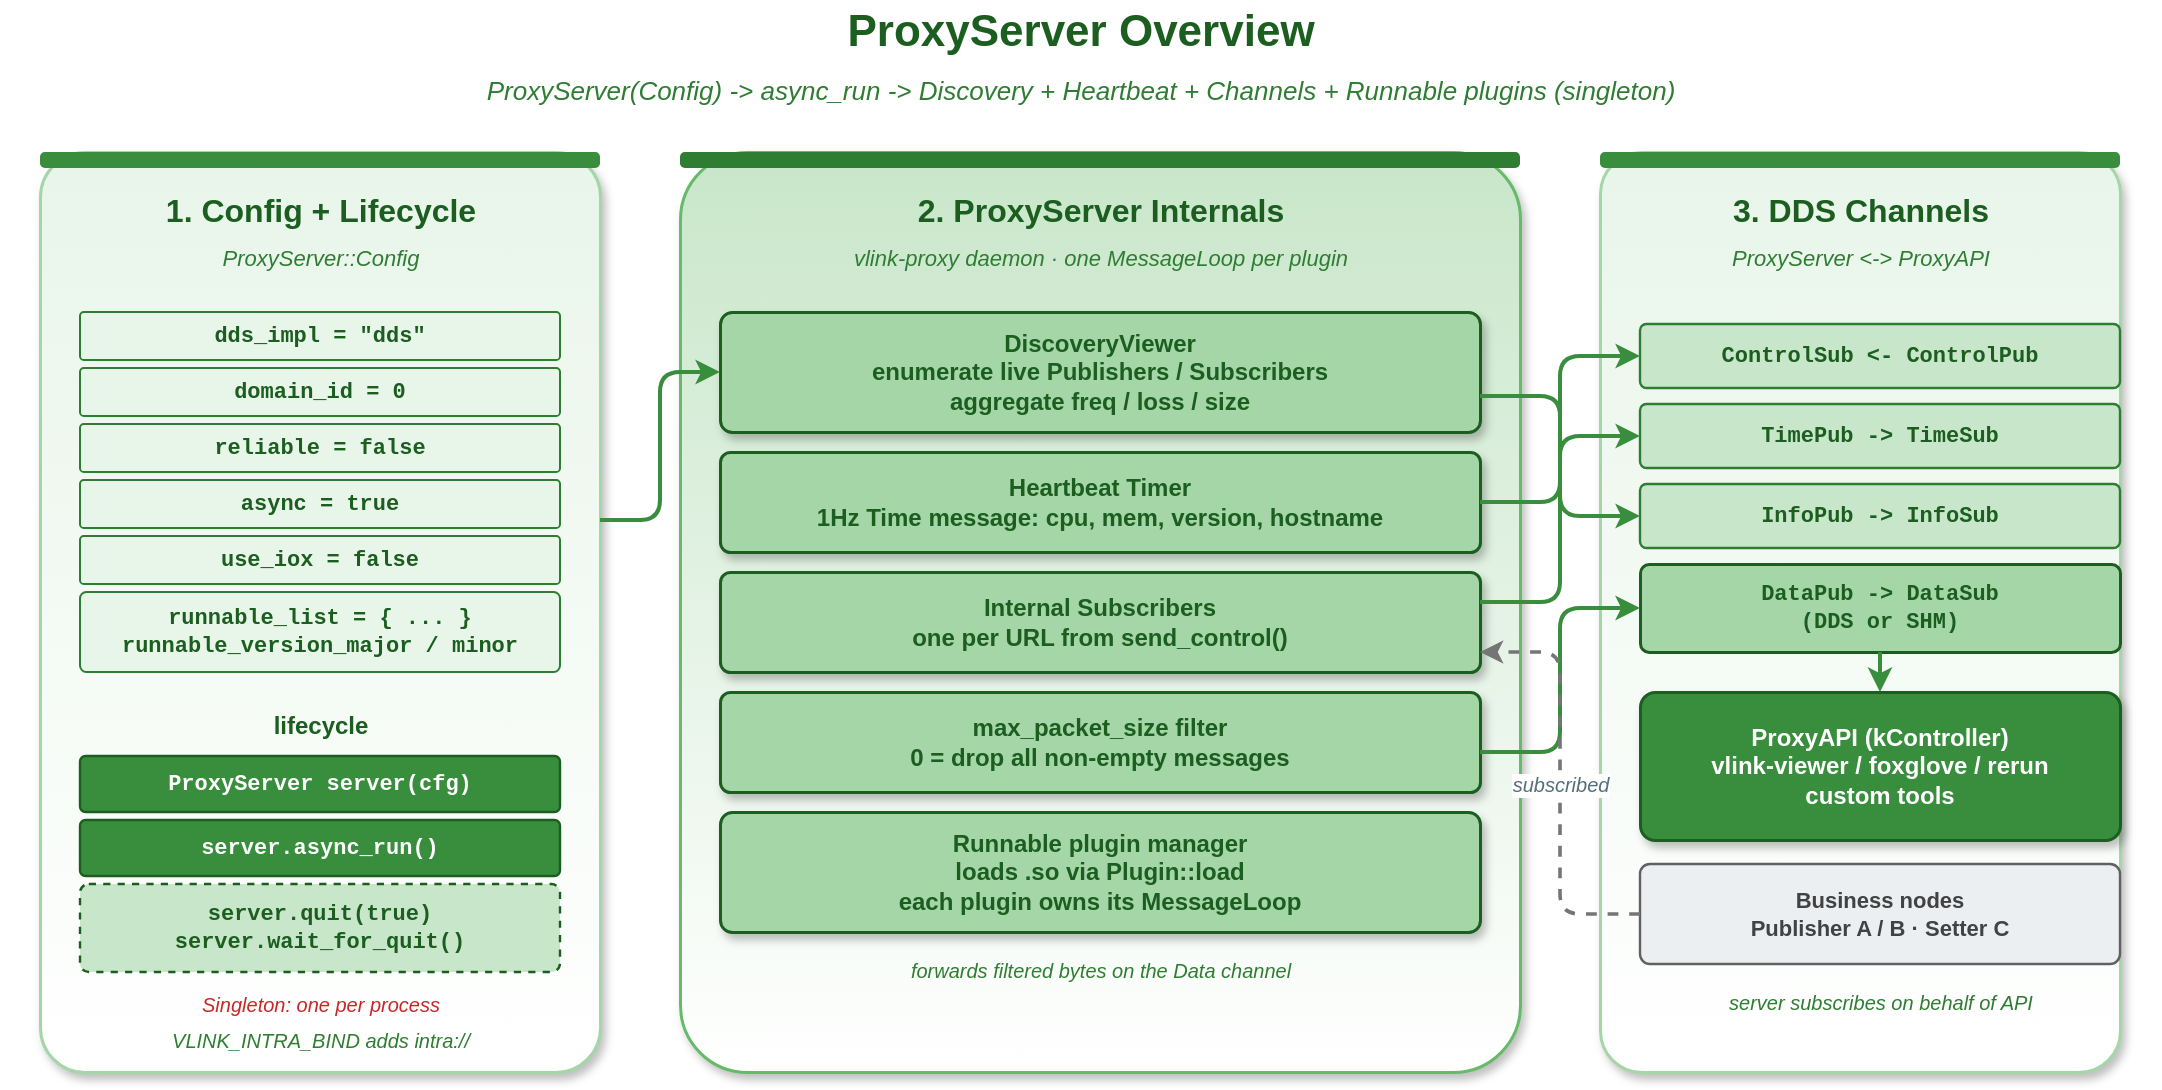
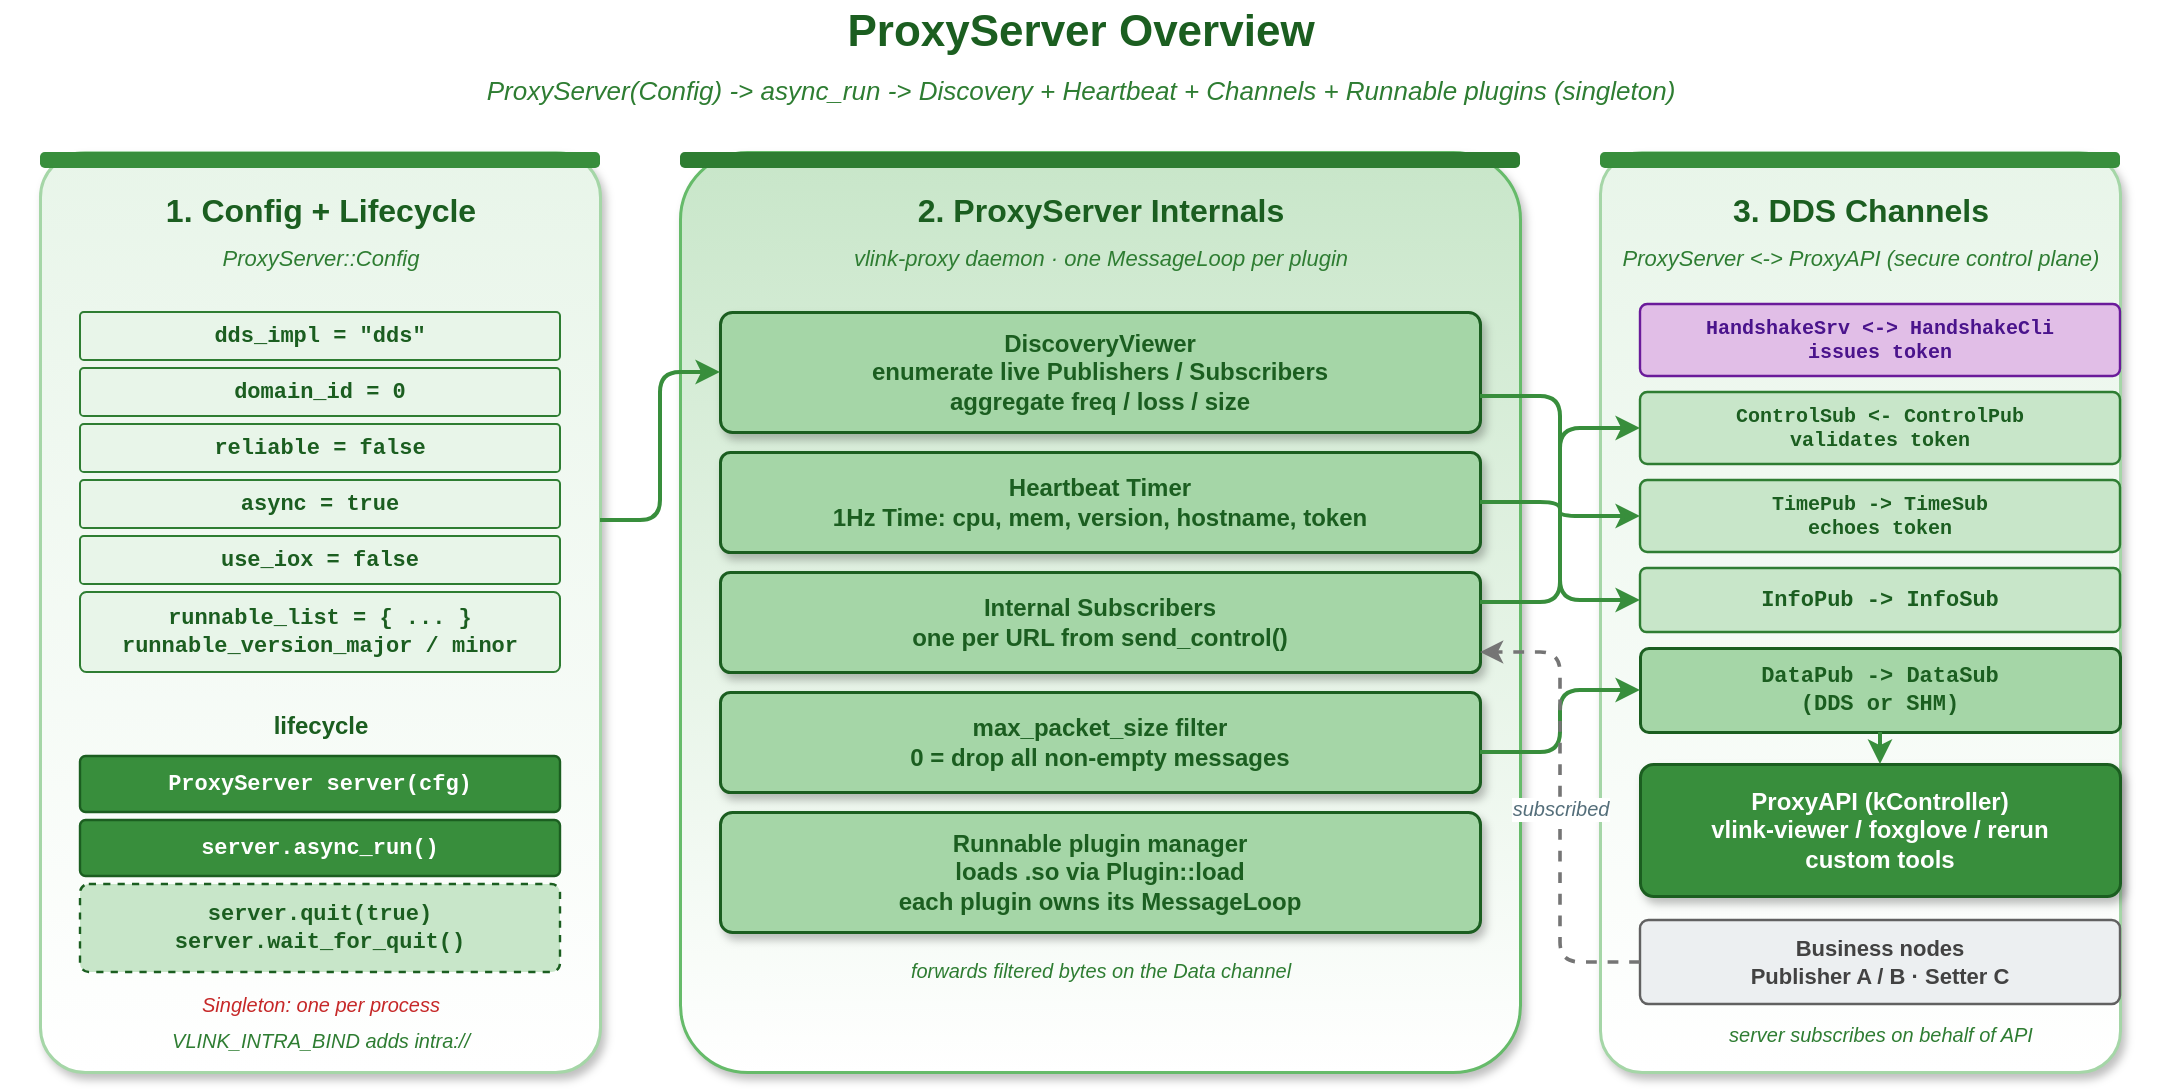
<mxfile host="app.diagrams.net" modified="2026-05-19T00:00:00.000Z" agent="Claude" version="24.0.0" type="device">
  <diagram id="proxy-server-overview" name="ProxyServer Overview">
    <mxGraphModel dx="1120" dy="640" grid="0" gridSize="10" guides="1" tooltips="1" connect="1" arrows="1" fold="1" page="1" pageScale="1" pageWidth="1120" pageHeight="640" math="0" shadow="0">
      <root>
        <mxCell id="0" />
        <mxCell id="1" parent="0" />

        <mxCell id="title" value="ProxyServer Overview" style="text;html=1;align=center;verticalAlign=middle;strokeColor=none;fillColor=none;fontSize=22;fontStyle=1;fontColor=#1b5e20;" vertex="1" parent="1">
          <mxGeometry x="20" y="24" width="1080" height="32" as="geometry" />
        </mxCell>
        <mxCell id="subtitle" value="ProxyServer(Config) -&gt; async_run -&gt; Discovery + Heartbeat + Channels + Runnable plugins  (singleton)" style="text;html=1;align=center;verticalAlign=middle;strokeColor=none;fillColor=none;fontSize=13;fontStyle=2;fontColor=#2e7d32;" vertex="1" parent="1">
          <mxGeometry x="20" y="58" width="1080" height="22" as="geometry" />
        </mxCell>

        <!-- Section 1: Config (left) -->
        <mxCell id="cfg_bg" value="" style="rounded=1;whiteSpace=wrap;html=1;fillColor=#ffffff;strokeColor=#a5d6a7;strokeWidth=1.5;arcSize=8;shadow=1;gradientColor=#e8f5e9;gradientDirection=north;" vertex="1" parent="1">
          <mxGeometry x="40" y="100" width="280" height="460" as="geometry" />
        </mxCell>
        <mxCell id="cfg_bar" value="" style="rounded=1;whiteSpace=wrap;html=1;fillColor=#388e3c;strokeColor=none;arcSize=30;" vertex="1" parent="1">
          <mxGeometry x="40" y="100" width="280" height="8" as="geometry" />
        </mxCell>
        <mxCell id="cfg_t" value="1. Config + Lifecycle" style="text;html=1;align=center;verticalAlign=middle;strokeColor=none;fillColor=none;fontSize=16;fontStyle=1;fontColor=#1b5e20;" vertex="1" parent="1">
          <mxGeometry x="40" y="116" width="280" height="26" as="geometry" />
        </mxCell>
        <mxCell id="cfg_st" value="ProxyServer::Config" style="text;html=1;align=center;verticalAlign=middle;strokeColor=none;fillColor=none;fontSize=11;fontStyle=2;fontColor=#2e7d32;" vertex="1" parent="1">
          <mxGeometry x="40" y="144" width="280" height="18" as="geometry" />
        </mxCell>

        <mxCell id="cfg_dds" value="dds_impl = &quot;dds&quot;" style="rounded=1;whiteSpace=wrap;html=1;fillColor=#e8f5e9;strokeColor=#2e7d32;strokeWidth=1;arcSize=8;fontSize=11;fontFamily=Courier New;fontStyle=1;fontColor=#1b5e20;" vertex="1" parent="1">
          <mxGeometry x="60" y="180" width="240" height="24" as="geometry" />
        </mxCell>
        <mxCell id="cfg_dom" value="domain_id = 0" style="rounded=1;whiteSpace=wrap;html=1;fillColor=#e8f5e9;strokeColor=#2e7d32;strokeWidth=1;arcSize=8;fontSize=11;fontFamily=Courier New;fontStyle=1;fontColor=#1b5e20;" vertex="1" parent="1">
          <mxGeometry x="60" y="208" width="240" height="24" as="geometry" />
        </mxCell>
        <mxCell id="cfg_rel" value="reliable = false" style="rounded=1;whiteSpace=wrap;html=1;fillColor=#e8f5e9;strokeColor=#2e7d32;strokeWidth=1;arcSize=8;fontSize=11;fontFamily=Courier New;fontStyle=1;fontColor=#1b5e20;" vertex="1" parent="1">
          <mxGeometry x="60" y="236" width="240" height="24" as="geometry" />
        </mxCell>
        <mxCell id="cfg_async" value="async = true" style="rounded=1;whiteSpace=wrap;html=1;fillColor=#e8f5e9;strokeColor=#2e7d32;strokeWidth=1;arcSize=8;fontSize=11;fontFamily=Courier New;fontStyle=1;fontColor=#1b5e20;" vertex="1" parent="1">
          <mxGeometry x="60" y="264" width="240" height="24" as="geometry" />
        </mxCell>
        <mxCell id="cfg_iox" value="use_iox = false" style="rounded=1;whiteSpace=wrap;html=1;fillColor=#e8f5e9;strokeColor=#2e7d32;strokeWidth=1;arcSize=8;fontSize=11;fontFamily=Courier New;fontStyle=1;fontColor=#1b5e20;" vertex="1" parent="1">
          <mxGeometry x="60" y="292" width="240" height="24" as="geometry" />
        </mxCell>
        <mxCell id="cfg_run" value="runnable_list = { ... }&#10;runnable_version_major / minor" style="rounded=1;whiteSpace=wrap;html=1;fillColor=#e8f5e9;strokeColor=#2e7d32;strokeWidth=1;arcSize=8;fontSize=11;fontFamily=Courier New;fontStyle=1;fontColor=#1b5e20;" vertex="1" parent="1">
          <mxGeometry x="60" y="320" width="240" height="40" as="geometry" />
        </mxCell>

        <mxCell id="life_t" value="lifecycle" style="text;html=1;align=center;verticalAlign=middle;strokeColor=none;fillColor=none;fontSize=12;fontStyle=1;fontColor=#1b5e20;" vertex="1" parent="1">
          <mxGeometry x="60" y="376" width="240" height="22" as="geometry" />
        </mxCell>
        <mxCell id="life_ctor" value="ProxyServer server(cfg)" style="rounded=1;whiteSpace=wrap;html=1;fillColor=#388e3c;strokeColor=#1b5e20;strokeWidth=1.2;arcSize=10;fontSize=11;fontFamily=Courier New;fontStyle=1;fontColor=#ffffff;" vertex="1" parent="1">
          <mxGeometry x="60" y="402" width="240" height="28" as="geometry" />
        </mxCell>
        <mxCell id="life_run" value="server.async_run()" style="rounded=1;whiteSpace=wrap;html=1;fillColor=#388e3c;strokeColor=#1b5e20;strokeWidth=1.2;arcSize=10;fontSize=11;fontFamily=Courier New;fontStyle=1;fontColor=#ffffff;" vertex="1" parent="1">
          <mxGeometry x="60" y="434" width="240" height="28" as="geometry" />
        </mxCell>
        <mxCell id="life_quit" value="server.quit(true)&#10;server.wait_for_quit()" style="rounded=1;whiteSpace=wrap;html=1;fillColor=#c8e6c9;strokeColor=#1b5e20;strokeWidth=1.2;arcSize=10;fontSize=11;fontFamily=Courier New;fontStyle=1;fontColor=#1b5e20;dashed=1;" vertex="1" parent="1">
          <mxGeometry x="60" y="466" width="240" height="44" as="geometry" />
        </mxCell>
        <mxCell id="life_sing" value="Singleton: one per process" style="text;html=1;align=center;verticalAlign=middle;strokeColor=none;fillColor=none;fontSize=10;fontStyle=2;fontColor=#c62828;" vertex="1" parent="1">
          <mxGeometry x="60" y="516" width="240" height="20" as="geometry" />
        </mxCell>
        <mxCell id="life_env" value="VLINK_INTRA_BIND adds intra://" style="text;html=1;align=center;verticalAlign=middle;strokeColor=none;fillColor=none;fontSize=10;fontStyle=2;fontColor=#2e7d32;" vertex="1" parent="1">
          <mxGeometry x="60" y="534" width="240" height="20" as="geometry" />
        </mxCell>

        <!-- Section 2: Server internals -->
        <mxCell id="srv_bg" value="" style="rounded=1;whiteSpace=wrap;html=1;fillColor=#ffffff;strokeColor=#66bb6a;strokeWidth=1.5;arcSize=8;shadow=1;gradientColor=#c8e6c9;gradientDirection=north;" vertex="1" parent="1">
          <mxGeometry x="360" y="100" width="420" height="460" as="geometry" />
        </mxCell>
        <mxCell id="srv_bar" value="" style="rounded=1;whiteSpace=wrap;html=1;fillColor=#2e7d32;strokeColor=none;arcSize=30;" vertex="1" parent="1">
          <mxGeometry x="360" y="100" width="420" height="8" as="geometry" />
        </mxCell>
        <mxCell id="srv_t" value="2. ProxyServer Internals" style="text;html=1;align=center;verticalAlign=middle;strokeColor=none;fillColor=none;fontSize=16;fontStyle=1;fontColor=#1b5e20;" vertex="1" parent="1">
          <mxGeometry x="360" y="116" width="420" height="26" as="geometry" />
        </mxCell>
        <mxCell id="srv_st" value="vlink-proxy daemon &#183; one MessageLoop per plugin" style="text;html=1;align=center;verticalAlign=middle;strokeColor=none;fillColor=none;fontSize=11;fontStyle=2;fontColor=#2e7d32;" vertex="1" parent="1">
          <mxGeometry x="360" y="144" width="420" height="18" as="geometry" />
        </mxCell>

        <mxCell id="srv_dv" value="DiscoveryViewer&#10;enumerate live Publishers / Subscribers&#10;aggregate freq / loss / size" style="rounded=1;whiteSpace=wrap;html=1;fillColor=#a5d6a7;strokeColor=#1b5e20;strokeWidth=1.5;arcSize=10;fontSize=12;fontStyle=1;fontColor=#1b5e20;shadow=1;" vertex="1" parent="1">
          <mxGeometry x="380" y="180" width="380" height="60" as="geometry" />
        </mxCell>
-         <mxCell id="srv_hb" value="Heartbeat Timer&#10;1Hz Time message: cpu, mem, version, hostname" style="rounded=1;whiteSpace=wrap;html=1;fillColor=#a5d6a7;strokeColor=#1b5e20;strokeWidth=1.5;arcSize=10;fontSize=12;fontStyle=1;fontColor=#1b5e20;shadow=1;" vertex="1" parent="1">
+         <mxCell id="srv_hb" value="Heartbeat Timer&#10;1Hz Time: cpu, mem, version, hostname, token" style="rounded=1;whiteSpace=wrap;html=1;fillColor=#a5d6a7;strokeColor=#1b5e20;strokeWidth=1.5;arcSize=10;fontSize=12;fontStyle=1;fontColor=#1b5e20;shadow=1;" vertex="1" parent="1">
          <mxGeometry x="380" y="250" width="380" height="50" as="geometry" />
        </mxCell>
        <mxCell id="srv_sub" value="Internal Subscribers&#10;one per URL from send_control()" style="rounded=1;whiteSpace=wrap;html=1;fillColor=#a5d6a7;strokeColor=#1b5e20;strokeWidth=1.5;arcSize=10;fontSize=12;fontStyle=1;fontColor=#1b5e20;shadow=1;" vertex="1" parent="1">
          <mxGeometry x="380" y="310" width="380" height="50" as="geometry" />
        </mxCell>
        <mxCell id="srv_filt" value="max_packet_size filter&#10;0 = drop all non-empty messages" style="rounded=1;whiteSpace=wrap;html=1;fillColor=#a5d6a7;strokeColor=#1b5e20;strokeWidth=1.5;arcSize=10;fontSize=12;fontStyle=1;fontColor=#1b5e20;shadow=1;" vertex="1" parent="1">
          <mxGeometry x="380" y="370" width="380" height="50" as="geometry" />
        </mxCell>
        <mxCell id="srv_plug" value="Runnable plugin manager&#10;loads .so via Plugin::load&lt;RunablePluginInterface&gt;&#10;each plugin owns its MessageLoop" style="rounded=1;whiteSpace=wrap;html=1;fillColor=#a5d6a7;strokeColor=#1b5e20;strokeWidth=1.5;arcSize=10;fontSize=12;fontStyle=1;fontColor=#1b5e20;shadow=1;" vertex="1" parent="1">
          <mxGeometry x="380" y="430" width="380" height="60" as="geometry" />
        </mxCell>
        <mxCell id="srv_note" value="forwards filtered bytes on the Data channel" style="text;html=1;align=center;verticalAlign=middle;strokeColor=none;fillColor=none;fontSize=10;fontStyle=2;fontColor=#2e7d32;" vertex="1" parent="1">
          <mxGeometry x="380" y="498" width="380" height="22" as="geometry" />
        </mxCell>

        <!-- Section 3: Channels + API peer (right) -->
        <mxCell id="ch_bg" value="" style="rounded=1;whiteSpace=wrap;html=1;fillColor=#ffffff;strokeColor=#a5d6a7;strokeWidth=1.5;arcSize=8;shadow=1;gradientColor=#e8f5e9;gradientDirection=north;" vertex="1" parent="1">
          <mxGeometry x="820" y="100" width="260" height="460" as="geometry" />
        </mxCell>
        <mxCell id="ch_bar" value="" style="rounded=1;whiteSpace=wrap;html=1;fillColor=#388e3c;strokeColor=none;arcSize=30;" vertex="1" parent="1">
          <mxGeometry x="820" y="100" width="260" height="8" as="geometry" />
        </mxCell>
        <mxCell id="ch_t" value="3. DDS Channels" style="text;html=1;align=center;verticalAlign=middle;strokeColor=none;fillColor=none;fontSize=16;fontStyle=1;fontColor=#1b5e20;" vertex="1" parent="1">
          <mxGeometry x="820" y="116" width="260" height="26" as="geometry" />
        </mxCell>
-         <mxCell id="ch_st" value="ProxyServer  &lt;-&gt;  ProxyAPI" style="text;html=1;align=center;verticalAlign=middle;strokeColor=none;fillColor=none;fontSize=11;fontStyle=2;fontColor=#2e7d32;" vertex="1" parent="1">
+         <mxCell id="ch_st" value="ProxyServer  &lt;-&gt;  ProxyAPI (secure control plane)" style="text;html=1;align=center;verticalAlign=middle;strokeColor=none;fillColor=none;fontSize=11;fontStyle=2;fontColor=#2e7d32;" vertex="1" parent="1">
          <mxGeometry x="820" y="144" width="260" height="18" as="geometry" />
        </mxCell>

-         <mxCell id="ch_ctrl" value="ControlSub &lt;- ControlPub" style="rounded=1;whiteSpace=wrap;html=1;fillColor=#c8e6c9;strokeColor=#2e7d32;strokeWidth=1.2;arcSize=10;fontSize=11;fontFamily=Courier New;fontStyle=1;fontColor=#1b5e20;" vertex="1" parent="1">
-           <mxGeometry x="840" y="186" width="240" height="32" as="geometry" />
+         <mxCell id="ch_handshake" value="HandshakeSrv &lt;-&gt; HandshakeCli&#10;issues token" style="rounded=1;whiteSpace=wrap;html=1;fillColor=#e1bee7;strokeColor=#6a1b9a;strokeWidth=1.2;arcSize=10;fontSize=10;fontFamily=Courier New;fontStyle=1;fontColor=#4a148c;" vertex="1" parent="1">
+           <mxGeometry x="840" y="176" width="240" height="36" as="geometry" />
        </mxCell>
-         <mxCell id="ch_time" value="TimePub -&gt; TimeSub" style="rounded=1;whiteSpace=wrap;html=1;fillColor=#c8e6c9;strokeColor=#2e7d32;strokeWidth=1.2;arcSize=10;fontSize=11;fontFamily=Courier New;fontStyle=1;fontColor=#1b5e20;" vertex="1" parent="1">
-           <mxGeometry x="840" y="226" width="240" height="32" as="geometry" />
+         <mxCell id="ch_ctrl" value="ControlSub &lt;- ControlPub&#10;validates token" style="rounded=1;whiteSpace=wrap;html=1;fillColor=#c8e6c9;strokeColor=#2e7d32;strokeWidth=1.2;arcSize=10;fontSize=10;fontFamily=Courier New;fontStyle=1;fontColor=#1b5e20;" vertex="1" parent="1">
+           <mxGeometry x="840" y="220" width="240" height="36" as="geometry" />
+         </mxCell>
+         <mxCell id="ch_time" value="TimePub -&gt; TimeSub&#10;echoes token" style="rounded=1;whiteSpace=wrap;html=1;fillColor=#c8e6c9;strokeColor=#2e7d32;strokeWidth=1.2;arcSize=10;fontSize=10;fontFamily=Courier New;fontStyle=1;fontColor=#1b5e20;" vertex="1" parent="1">
+           <mxGeometry x="840" y="264" width="240" height="36" as="geometry" />
        </mxCell>
        <mxCell id="ch_info" value="InfoPub -&gt; InfoSub" style="rounded=1;whiteSpace=wrap;html=1;fillColor=#c8e6c9;strokeColor=#2e7d32;strokeWidth=1.2;arcSize=10;fontSize=11;fontFamily=Courier New;fontStyle=1;fontColor=#1b5e20;" vertex="1" parent="1">
-           <mxGeometry x="840" y="266" width="240" height="32" as="geometry" />
+           <mxGeometry x="840" y="308" width="240" height="32" as="geometry" />
        </mxCell>
        <mxCell id="ch_data" value="DataPub -&gt; DataSub&#10;(DDS or SHM)" style="rounded=1;whiteSpace=wrap;html=1;fillColor=#a5d6a7;strokeColor=#1b5e20;strokeWidth=1.5;arcSize=10;fontSize=11;fontFamily=Courier New;fontStyle=1;fontColor=#1b5e20;" vertex="1" parent="1">
-           <mxGeometry x="840" y="306" width="240" height="44" as="geometry" />
+           <mxGeometry x="840" y="348" width="240" height="42" as="geometry" />
        </mxCell>

        <mxCell id="ch_api" value="ProxyAPI (kController)&#10;vlink-viewer / foxglove / rerun&#10;custom tools" style="rounded=1;whiteSpace=wrap;html=1;fillColor=#388e3c;strokeColor=#1b5e20;strokeWidth=1.5;arcSize=10;fontSize=12;fontStyle=1;fontColor=#ffffff;shadow=1;" vertex="1" parent="1">
-           <mxGeometry x="840" y="370" width="240" height="74" as="geometry" />
+           <mxGeometry x="840" y="406" width="240" height="66" as="geometry" />
        </mxCell>
        <mxCell id="ch_biz" value="Business nodes&#10;Publisher A / B &#183; Setter C" style="rounded=1;whiteSpace=wrap;html=1;fillColor=#eceff1;strokeColor=#616161;strokeWidth=1.2;arcSize=10;fontSize=11;fontStyle=1;fontColor=#424242;" vertex="1" parent="1">
-           <mxGeometry x="840" y="456" width="240" height="50" as="geometry" />
+           <mxGeometry x="840" y="484" width="240" height="42" as="geometry" />
        </mxCell>
        <mxCell id="ch_note" value="server subscribes on behalf of API" style="text;html=1;align=center;verticalAlign=middle;strokeColor=none;fillColor=none;fontSize=10;fontStyle=2;fontColor=#2e7d32;" vertex="1" parent="1">
-           <mxGeometry x="840" y="514" width="240" height="22" as="geometry" />
+           <mxGeometry x="840" y="530" width="240" height="22" as="geometry" />
        </mxCell>

        <!-- Arrows -->
        <mxCell id="a_cfg_ctor" value="" style="endArrow=classic;endFill=1;html=1;strokeWidth=2;strokeColor=#388e3c;rounded=1;edgeStyle=orthogonalEdgeStyle;exitX=1;exitY=0.4;entryX=0;entryY=0.5;" edge="1" parent="1" source="cfg_bg" target="srv_dv">
          <mxGeometry relative="1" as="geometry" />
        </mxCell>
        <mxCell id="a_srv_ctrl" value="" style="endArrow=classic;endFill=1;html=1;strokeWidth=2;strokeColor=#388e3c;rounded=1;edgeStyle=orthogonalEdgeStyle;exitX=1;exitY=0.3;entryX=0;entryY=0.5;" edge="1" parent="1" source="srv_sub" target="ch_ctrl">
          <mxGeometry relative="1" as="geometry" />
        </mxCell>
        <mxCell id="a_srv_data" value="" style="endArrow=classic;endFill=1;html=1;strokeWidth=2;strokeColor=#388e3c;rounded=1;edgeStyle=orthogonalEdgeStyle;exitX=1;exitY=0.6;entryX=0;entryY=0.5;" edge="1" parent="1" source="srv_filt" target="ch_data">
          <mxGeometry relative="1" as="geometry" />
        </mxCell>
        <mxCell id="a_srv_hb" value="" style="endArrow=classic;endFill=1;html=1;strokeWidth=2;strokeColor=#388e3c;rounded=1;edgeStyle=orthogonalEdgeStyle;exitX=1;exitY=0.5;entryX=0;entryY=0.5;" edge="1" parent="1" source="srv_hb" target="ch_time">
          <mxGeometry relative="1" as="geometry" />
        </mxCell>
        <mxCell id="a_srv_dv_info" value="" style="endArrow=classic;endFill=1;html=1;strokeWidth=2;strokeColor=#388e3c;rounded=1;edgeStyle=orthogonalEdgeStyle;exitX=1;exitY=0.7;entryX=0;entryY=0.5;" edge="1" parent="1" source="srv_dv" target="ch_info">
          <mxGeometry relative="1" as="geometry" />
        </mxCell>
        <mxCell id="a_ch_api" value="" style="endArrow=classic;endFill=1;html=1;strokeWidth=2;strokeColor=#388e3c;rounded=1;edgeStyle=orthogonalEdgeStyle;exitX=0.5;exitY=1;entryX=0.5;entryY=0;" edge="1" parent="1" source="ch_data" target="ch_api">
          <mxGeometry relative="1" as="geometry" />
        </mxCell>
        <mxCell id="a_biz_srv" value="subscribed" style="endArrow=classic;endFill=1;html=1;strokeWidth=1.8;strokeColor=#757575;fontSize=10;fontStyle=2;fontColor=#546e7a;labelBackgroundColor=#ffffff;dashed=1;rounded=1;edgeStyle=orthogonalEdgeStyle;exitX=0;exitY=0.5;entryX=1;entryY=0.8;" edge="1" parent="1" source="ch_biz" target="srv_sub">
          <mxGeometry relative="1" as="geometry" />
        </mxCell>

      </root>
    </mxGraphModel>
  </diagram>
</mxfile>
